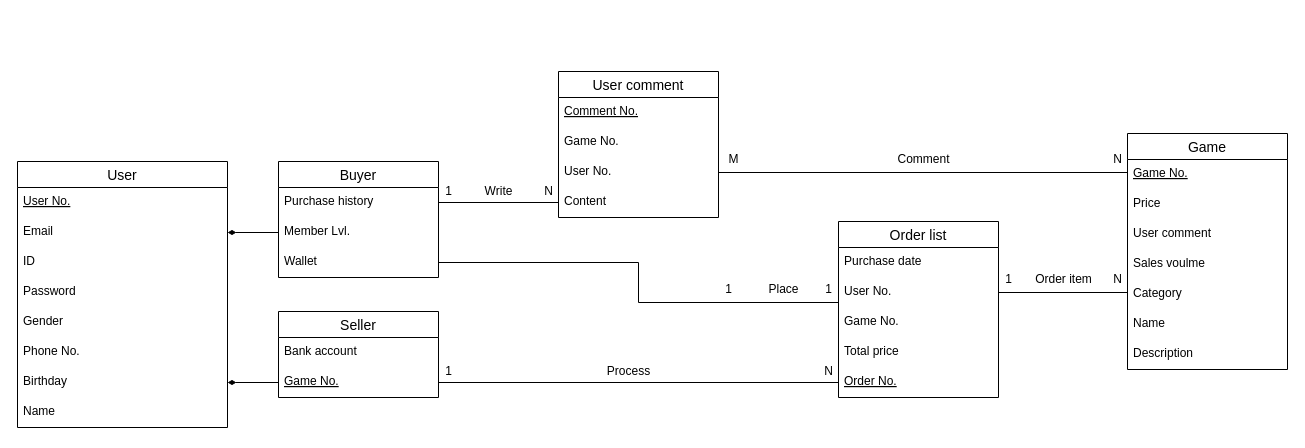
This is page "Database Schema" (3 of 3) of DBMS.drawio from 13urgerKing/109-1DBMS, a draw.io file, before an edit. Source tidied: cells renumbered, new cells numbered last; positions are measured from the earlier drawing's top-left corner, leaving out a move shared by most shapes. Both pictures are drawn from the tidied source at 100%, with x=0, y=0 at pixel (17, 71).
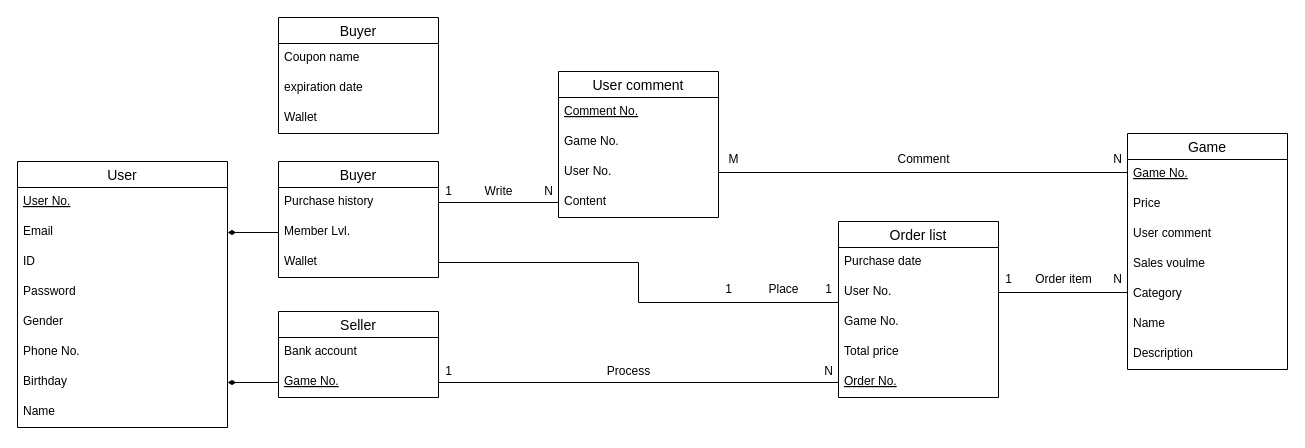
After the change.

Change to the diagram source:
```diff
@@
+    <mxCell id="59" value="Buyer" style="swimlane;fontStyle=0;horizontal=1;startSize=26;align=center;fontSize=14;" parent="1" vertex="1">
+      <mxGeometry x="261" y="-54" width="160" height="116" as="geometry" />
+    </mxCell>
+    <mxCell id="60" value="Coupon name" style="text;strokeColor=none;fillColor=none;spacingLeft=4;spacingRight=4;overflow=hidden;fontSize=12;" parent="59" vertex="1">
+      <mxGeometry y="26" width="160" height="30" as="geometry" />
+    </mxCell>
+    <mxCell id="61" value="expiration date" style="text;strokeColor=none;fillColor=none;spacingLeft=4;spacingRight=4;overflow=hidden;fontSize=12;" parent="59" vertex="1">
+      <mxGeometry y="56" width="160" height="30" as="geometry" />
+    </mxCell>
+    <mxCell id="62" value="Wallet" style="text;strokeColor=none;fillColor=none;spacingLeft=4;spacingRight=4;overflow=hidden;fontSize=12;" parent="59" vertex="1">
+      <mxGeometry y="86" width="160" height="30" as="geometry" />
+    </mxCell>
```
